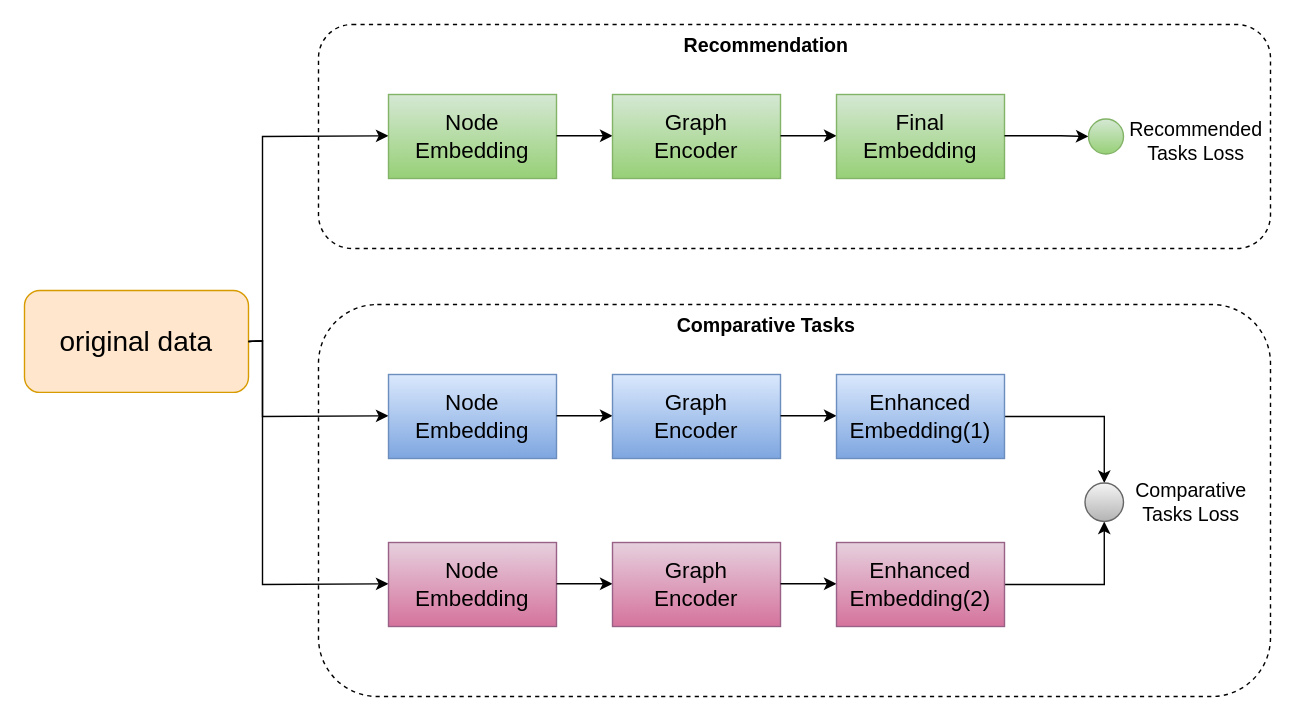
This is IOFiles/CL_BCGC/传统图对比模型训练架构图.drawio from ChenLilStarie/DrawIoFiles, a draw.io file, before an edit. Source tidied: cells renumbered, new cells numbered last; positions are measured from the earlier drawing's top-left corner, leaving out a move shared by most shapes. Both pictures are drawn from the tidied source at 140%, with x=0, y=0 at pixel (24, 24).
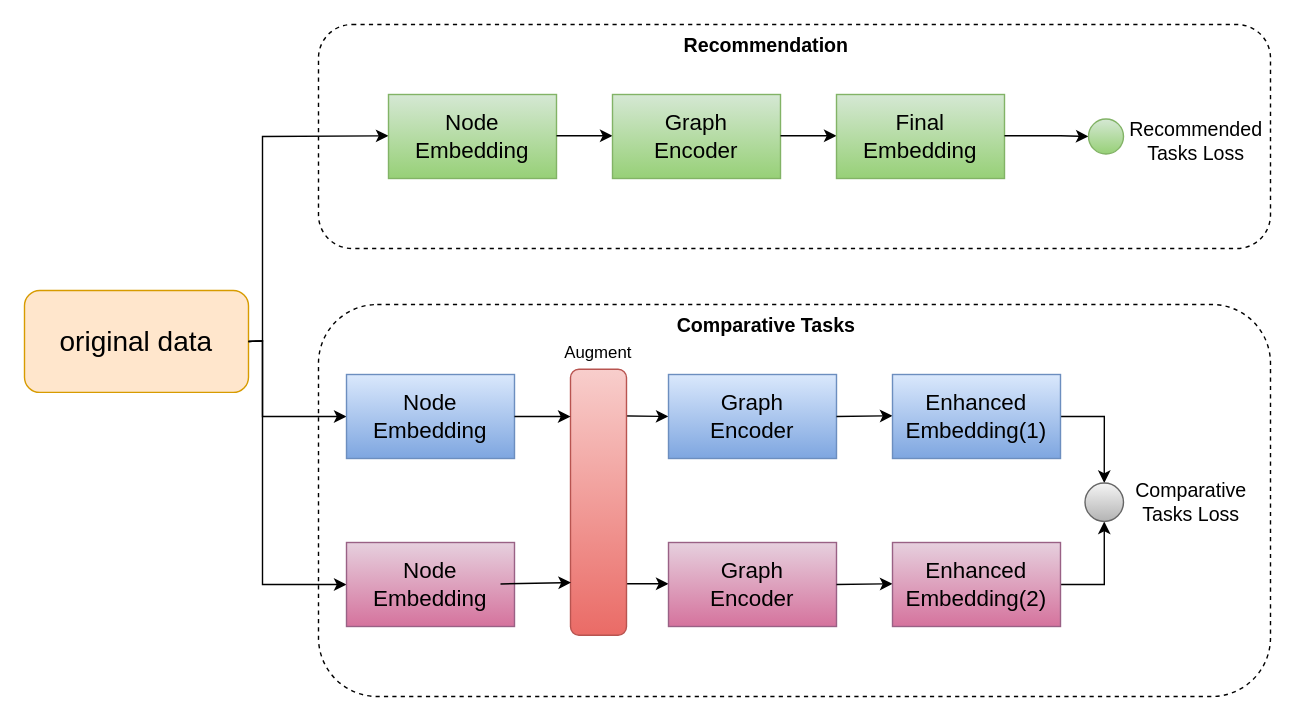
Above is the later version.

Commit message:
更新传统图对比模型训练架构图.drawio

The change refers to these unchanged cells:
```xml
<mxCell id="4" value="&lt;font style=&quot;font-size: 20px;&quot;&gt;original data&lt;/font&gt;" style="rounded=1;whiteSpace=wrap;html=1;rotation=0;fillColor=#ffe6cc;strokeColor=#d79b00;" parent="1" vertex="1">
  <mxGeometry y="190" width="160" height="72.8" as="geometry" />
</mxCell>
```

Diff of the diagram source:
```diff
@@
-    <mxCell id="7" style="endArrow=classic;html=1;rounded=0;exitX=1;exitY=0.5;exitDx=0;exitDy=0;" parent="1" edge="1" source="4">
+    <mxCell id="7" style="endArrow=classic;html=1;rounded=0;exitX=1;exitY=0.5;exitDx=0;exitDy=0;entryX=0;entryY=0.5;entryDx=0;entryDy=0;" parent="1" edge="1" source="4" target="8">
       <mxGeometry relative="1" as="geometry">
-        <mxPoint x="260" y="279.5" as="targetPoint" />
         <Array as="points">
           <mxPoint x="170" y="226" />
           <mxPoint x="170" y="280" />
         </Array>
       </mxGeometry>
     </mxCell>
     <mxCell id="8" value="&lt;font style=&quot;font-size: 16px;&quot;&gt;Node Embedding&lt;/font&gt;" style="rounded=0;whiteSpace=wrap;html=1;fillColor=#dae8fc;gradientColor=#7ea6e0;strokeColor=#6c8ebf;" parent="1" vertex="1">
-      <mxGeometry x="260" y="250" width="120" height="60" as="geometry" />
+      <mxGeometry x="230" y="250" width="120" height="60" as="geometry" />
     </mxCell>
-    <mxCell id="9" style="endArrow=classic;html=1;rounded=0;exitX=1;exitY=0.5;exitDx=0;exitDy=0;" parent="1" edge="1" source="4">
+    <mxCell id="9" style="endArrow=classic;html=1;rounded=0;exitX=1;exitY=0.5;exitDx=0;exitDy=0;entryX=0;entryY=0.5;entryDx=0;entryDy=0;" parent="1" edge="1" source="4" target="10">
       <mxGeometry relative="1" as="geometry">
-        <mxPoint x="260" y="399.5" as="targetPoint" />
         <Array as="points">
           <mxPoint x="170" y="226" />
           <mxPoint x="170" y="400" />
         </Array>
       </mxGeometry>
     </mxCell>
     <mxCell id="10" value="&lt;font style=&quot;font-size: 16px;&quot;&gt;Node Embedding&lt;/font&gt;" style="rounded=0;whiteSpace=wrap;html=1;fillColor=#e6d0de;gradientColor=#d5739d;strokeColor=#996185;" parent="1" vertex="1">
-      <mxGeometry x="260" y="370" width="120" height="60" as="geometry" />
+      <mxGeometry x="230" y="370" width="120" height="60" as="geometry" />
     </mxCell>
@@
-    <mxCell id="13" style="endArrow=classic;html=1;rounded=0;" parent="1" edge="1">
+    <mxCell id="13" style="endArrow=classic;html=1;rounded=0;entryX=0;entryY=0.5;entryDx=0;entryDy=0;" parent="1" edge="1" target="14">
       <mxGeometry relative="1" as="geometry">
-        <mxPoint x="380" y="279.5" as="sourcePoint" />
-        <mxPoint x="420" y="280" as="targetPoint" />
-        <Array as="points">
-          <mxPoint x="420" y="279.5" />
-        </Array>
+        <mxPoint x="420" y="279.5" as="sourcePoint" />
       </mxGeometry>
     </mxCell>
     <mxCell id="14" value="&lt;font style=&quot;font-size: 16px;&quot;&gt;Graph&lt;/font&gt;&lt;div&gt;&lt;font style=&quot;font-size: 16px;&quot;&gt;Encoder&lt;/font&gt;&lt;/div&gt;" style="rounded=0;whiteSpace=wrap;html=1;fillColor=#dae8fc;gradientColor=#7ea6e0;strokeColor=#6c8ebf;" parent="1" vertex="1">
-      <mxGeometry x="420" y="250" width="120" height="60" as="geometry" />
+      <mxGeometry x="460" y="250" width="120" height="60" as="geometry" />
     </mxCell>
-    <mxCell id="15" style="endArrow=classic;html=1;rounded=0;" parent="1" edge="1">
+    <mxCell id="15" style="endArrow=classic;html=1;rounded=0;entryX=0;entryY=0.5;entryDx=0;entryDy=0;" parent="1" edge="1" target="16">
       <mxGeometry relative="1" as="geometry">
-        <mxPoint x="380" y="399.5" as="sourcePoint" />
-        <mxPoint x="420" y="400" as="targetPoint" />
+        <mxPoint x="420" y="399.5" as="sourcePoint" />
         <Array as="points">
-          <mxPoint x="420" y="399.5" />
+          <mxPoint x="460" y="399.5" />
         </Array>
       </mxGeometry>
     </mxCell>
     <mxCell id="16" value="&lt;font style=&quot;font-size: 16px;&quot;&gt;Graph&lt;/font&gt;&lt;div&gt;&lt;font style=&quot;font-size: 16px;&quot;&gt;Encoder&lt;/font&gt;&lt;/div&gt;" style="rounded=0;whiteSpace=wrap;html=1;fillColor=#e6d0de;gradientColor=#d5739d;strokeColor=#996185;" parent="1" vertex="1">
-      <mxGeometry x="420" y="370" width="120" height="60" as="geometry" />
+      <mxGeometry x="460" y="370" width="120" height="60" as="geometry" />
     </mxCell>
@@
-    <mxCell id="23" style="endArrow=classic;html=1;rounded=0;" parent="1" edge="1">
+    <mxCell id="23" style="endArrow=classic;html=1;rounded=0;entryX=0;entryY=0.5;entryDx=0;entryDy=0;exitX=1;exitY=0.5;exitDx=0;exitDy=0;" parent="1" edge="1" source="14" target="25">
       <mxGeometry relative="1" as="geometry">
-        <mxPoint x="540" y="279.5" as="sourcePoint" />
-        <mxPoint x="580" y="280" as="targetPoint" />
         <Array as="points">
-          <mxPoint x="580" y="279.5" />
+          <mxPoint x="620" y="279.5" />
         </Array>
       </mxGeometry>
     </mxCell>
@@
     <mxCell id="25" value="&lt;span style=&quot;font-size: 16px;&quot;&gt;Enhanced Embedding(1)&lt;/span&gt;" style="rounded=0;whiteSpace=wrap;html=1;fillColor=#dae8fc;gradientColor=#7ea6e0;strokeColor=#6c8ebf;" parent="1" vertex="1">
-      <mxGeometry x="580" y="250" width="120" height="60" as="geometry" />
+      <mxGeometry x="620" y="250" width="120" height="60" as="geometry" />
     </mxCell>
-    <mxCell id="26" style="endArrow=classic;html=1;rounded=0;" parent="1" edge="1">
+    <mxCell id="26" style="endArrow=classic;html=1;rounded=0;entryX=0;entryY=0.5;entryDx=0;entryDy=0;exitX=1;exitY=0.5;exitDx=0;exitDy=0;" parent="1" edge="1" source="16" target="28">
       <mxGeometry relative="1" as="geometry">
-        <mxPoint x="540" y="399.5" as="sourcePoint" />
-        <mxPoint x="580" y="400" as="targetPoint" />
         <Array as="points">
-          <mxPoint x="580" y="399.5" />
+          <mxPoint x="620" y="399.5" />
         </Array>
       </mxGeometry>
     </mxCell>
@@
     <mxCell id="28" value="&lt;span style=&quot;font-size: 16px;&quot;&gt;Enhanced Embedding(2)&lt;/span&gt;" style="rounded=0;whiteSpace=wrap;html=1;fillColor=#e6d0de;gradientColor=#d5739d;strokeColor=#996185;" parent="1" vertex="1">
-      <mxGeometry x="580" y="370" width="120" height="60" as="geometry" />
+      <mxGeometry x="620" y="370" width="120" height="60" as="geometry" />
     </mxCell>
@@
+    <mxCell id="32" value="&lt;div style=&quot;&quot;&gt;&lt;br&gt;&lt;/div&gt;" style="rounded=1;whiteSpace=wrap;html=1;fillColor=#f8cecc;strokeColor=#b85450;align=center;gradientColor=#ea6b66;" parent="1" vertex="1">
+      <mxGeometry x="390" y="246.2" width="40" height="190" as="geometry" />
+    </mxCell>
+    <mxCell id="33" value="Augment" style="text;html=1;align=center;verticalAlign=middle;whiteSpace=wrap;rounded=0;textShadow=0;fontSize=12;" parent="1" vertex="1">
+      <mxGeometry x="405" y="220" width="10" height="30" as="geometry" />
+    </mxCell>
+    <mxCell id="34" style="endArrow=classic;html=1;rounded=0;exitX=1;exitY=0.5;exitDx=0;exitDy=0;entryX=0;entryY=0.178;entryDx=0;entryDy=0;entryPerimeter=0;" parent="1" edge="1" source="8" target="32">
+      <mxGeometry relative="1" as="geometry" />
+    </mxCell>
+    <mxCell id="35" style="endArrow=classic;html=1;rounded=0;exitX=1;exitY=0.5;exitDx=0;exitDy=0;entryX=0.008;entryY=0.802;entryDx=0;entryDy=0;entryPerimeter=0;" parent="1" edge="1" target="32">
+      <mxGeometry relative="1" as="geometry">
+        <mxPoint x="340" y="399.6" as="sourcePoint" />
+      </mxGeometry>
+    </mxCell>
```
